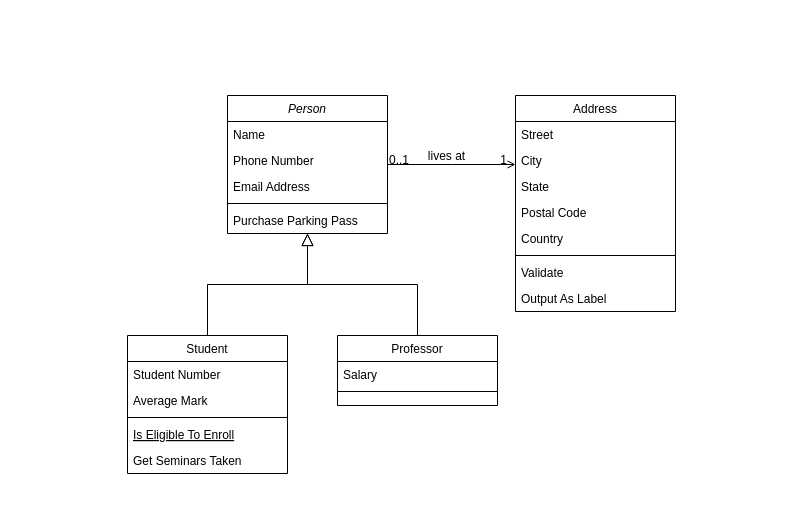
Earlier version of the draw.io diagram Diagrama sem nome.drawio (dev-raquino10/pessoas). Source tidied: cells renumbered, new cells numbered last; positions are measured from the earlier drawing's top-left corner, leaving out a move shared by most shapes. Both pictures are drawn from the tidied source at 100%, with x=0, y=0 at pixel (127, 95).
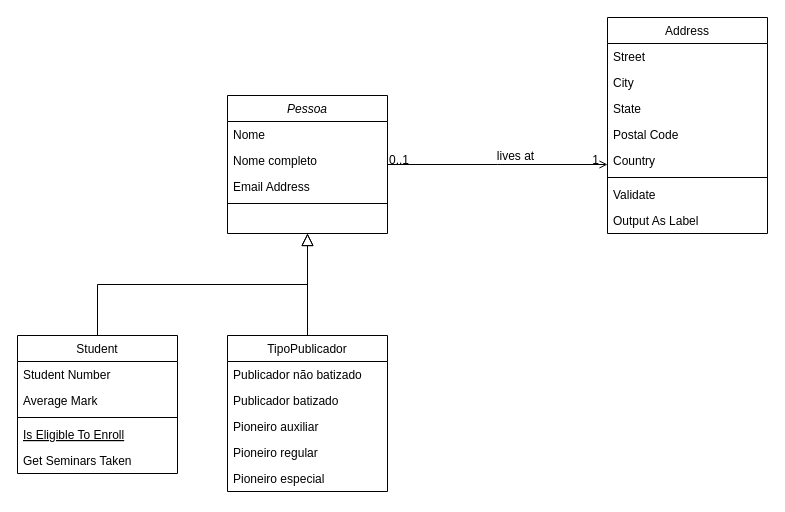
The same page after the edit.

What changed in the source:
```diff
@@
-    <mxCell id="2" value="Person" style="swimlane;fontStyle=2;align=center;verticalAlign=top;horizontal=1;startSize=26;rounded=0;shadow=0;strokeWidth=1;" parent="1" vertex="1">
+    <mxCell id="2" value="Pessoa" style="swimlane;fontStyle=2;align=center;verticalAlign=top;horizontal=1;startSize=26;rounded=0;shadow=0;strokeWidth=1;" parent="1" vertex="1">
       <mxGeometry x="100" width="160" height="138" as="geometry" />
     </mxCell>
-    <mxCell id="3" value="Name" style="text;align=left;verticalAlign=top;spacingLeft=4;spacingRight=4;overflow=hidden;" parent="2" vertex="1">
+    <mxCell id="3" value="Nome" style="text;align=left;verticalAlign=top;spacingLeft=4;spacingRight=4;overflow=hidden;" parent="2" vertex="1">
       <mxGeometry y="26" width="160" height="26" as="geometry" />
     </mxCell>
-    <mxCell id="4" value="Phone Number" style="text;align=left;verticalAlign=top;spacingLeft=4;spacingRight=4;overflow=hidden;rounded=0;shadow=0;html=0;" parent="2" vertex="1">
+    <mxCell id="4" value="Nome completo" style="text;align=left;verticalAlign=top;spacingLeft=4;spacingRight=4;overflow=hidden;rounded=0;shadow=0;html=0;" parent="2" vertex="1">
       <mxGeometry y="52" width="160" height="26" as="geometry" />
     </mxCell>
@@
-    <mxCell id="7" value="Purchase Parking Pass" style="text;align=left;verticalAlign=top;spacingLeft=4;spacingRight=4;overflow=hidden;" parent="2" vertex="1">
-      <mxGeometry y="112" width="160" height="26" as="geometry" />
-    </mxCell>
     <mxCell id="8" value="Student" style="swimlane;fontStyle=0;align=center;verticalAlign=top;horizontal=1;startSize=26;rounded=0;shadow=0;strokeWidth=1;" parent="1" vertex="1">
-      <mxGeometry y="240" width="160" height="138" as="geometry" />
+      <mxGeometry x="-110" y="240" width="160" height="138" as="geometry" />
     </mxCell>
@@
-    <mxCell id="15" value="Professor" style="swimlane;fontStyle=0;align=center;verticalAlign=top;horizontal=1;startSize=26;rounded=0;shadow=0;strokeWidth=1;" parent="1" vertex="1">
-      <mxGeometry x="210" y="240" width="160" height="70" as="geometry" />
+    <mxCell id="15" value="TipoPublicador" style="swimlane;fontStyle=0;align=center;verticalAlign=top;horizontal=1;startSize=26;rounded=0;shadow=0;strokeWidth=1;" parent="1" vertex="1">
+      <mxGeometry x="100" y="240" width="160" height="156" as="geometry" />
     </mxCell>
-    <mxCell id="16" value="Salary" style="text;align=left;verticalAlign=top;spacingLeft=4;spacingRight=4;overflow=hidden;" parent="15" vertex="1">
+    <mxCell id="16" value="Publicador não batizado" style="text;align=left;verticalAlign=top;spacingLeft=4;spacingRight=4;overflow=hidden;" parent="15" vertex="1">
       <mxGeometry y="26" width="160" height="26" as="geometry" />
     </mxCell>
-    <mxCell id="17" style="line;html=1;strokeWidth=1;align=left;verticalAlign=middle;spacingTop=-1;spacingLeft=3;spacingRight=3;labelPosition=right;" parent="15" vertex="1">
-      <mxGeometry y="52" width="160" height="8" as="geometry" />
-    </mxCell>
+    <mxCell id="32" value="Publicador batizado" style="text;align=left;verticalAlign=top;spacingLeft=4;spacingRight=4;overflow=hidden;" parent="15" vertex="1">
+      <mxGeometry y="52" width="160" height="26" as="geometry" />
+    </mxCell>
+    <mxCell id="33" value="Pioneiro auxiliar" style="text;align=left;verticalAlign=top;spacingLeft=4;spacingRight=4;overflow=hidden;" parent="15" vertex="1">
+      <mxGeometry y="78" width="160" height="26" as="geometry" />
+    </mxCell>
+    <mxCell id="34" value="Pioneiro regular" style="text;align=left;verticalAlign=top;spacingLeft=4;spacingRight=4;overflow=hidden;" parent="15" vertex="1">
+      <mxGeometry y="104" width="160" height="26" as="geometry" />
+    </mxCell>
+    <mxCell id="35" value="Pioneiro especial" style="text;align=left;verticalAlign=top;spacingLeft=4;spacingRight=4;overflow=hidden;" parent="15" vertex="1">
+      <mxGeometry y="130" width="160" height="26" as="geometry" />
+    </mxCell>
@@
     <mxCell id="19" value="Address" style="swimlane;fontStyle=0;align=center;verticalAlign=top;horizontal=1;startSize=26;rounded=0;shadow=0;strokeWidth=1;" parent="1" vertex="1">
-      <mxGeometry x="388" width="160" height="216" as="geometry" />
+      <mxGeometry x="480" y="-78" width="160" height="216" as="geometry" />
     </mxCell>
```
